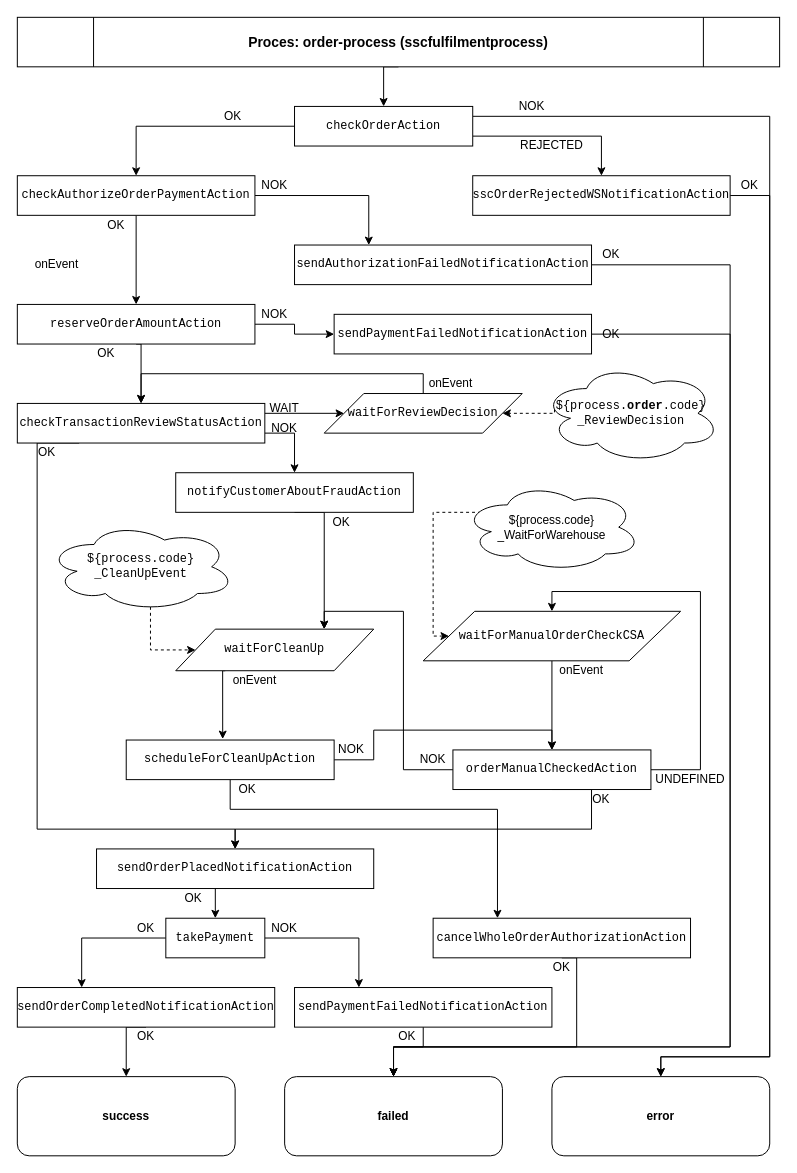
Before: public/AMDS-OrderProcess.drawio in salutuj-gabriel/docs, a draw.io diagram. Source tidied: cells renumbered, new cells numbered last; positions are measured from the earlier drawing's top-left corner, leaving out a move shared by most shapes. Both pictures are drawn from the tidied source at 99%, with x=0, y=0 at pixel (17, 17).
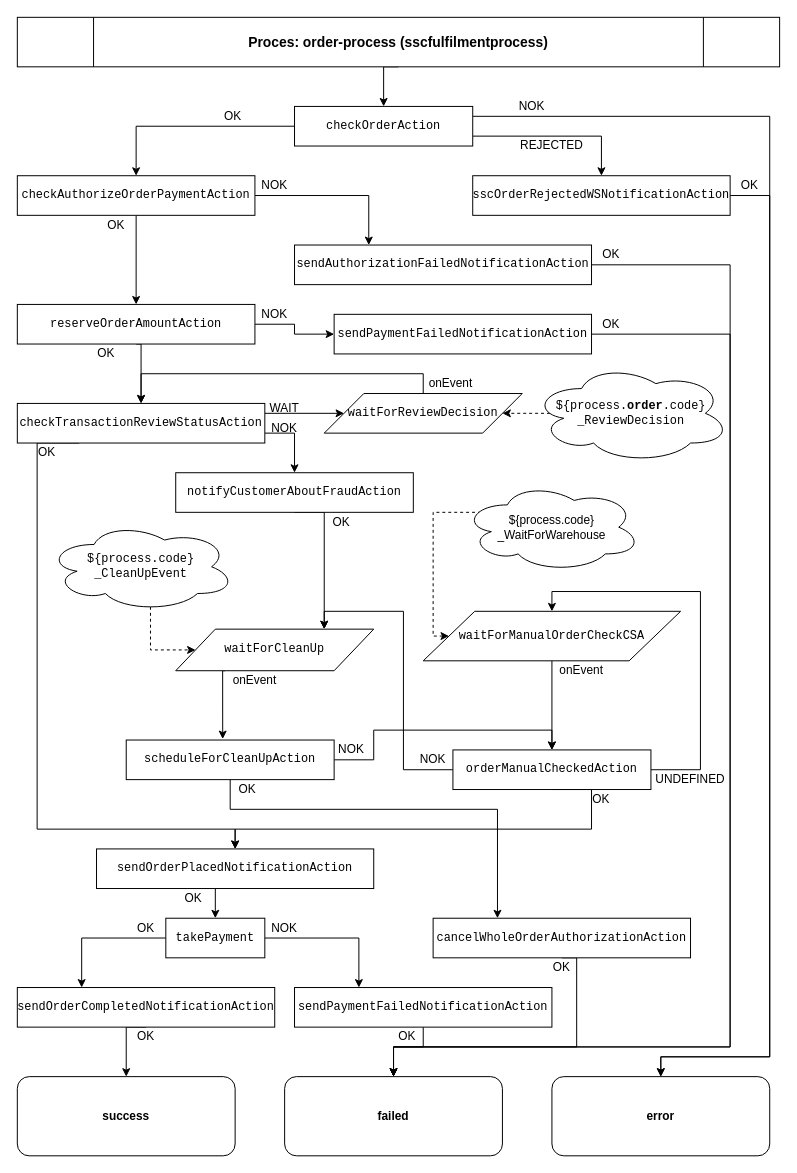
The same page after the edit.

What changed in the source:
```diff
@@
-    <mxCell id="39" value="onEvent" style="text;html=1;strokeColor=none;fillColor=none;align=center;verticalAlign=middle;whiteSpace=wrap;rounded=0;" parent="1" vertex="1">
-      <mxGeometry x="20" y="240" width="40" height="20" as="geometry" />
-    </mxCell>
@@
     <mxCell id="70" value="OK" style="text;html=1;strokeColor=none;fillColor=none;align=center;verticalAlign=middle;whiteSpace=wrap;rounded=0;" parent="1" vertex="1">
-      <mxGeometry x="580" y="310" width="40" height="20" as="geometry" />
+      <mxGeometry x="580" y="300" width="40" height="20" as="geometry" />
     </mxCell>
@@
     <mxCell id="74" value="&lt;pre&gt;${process.&lt;b&gt;order&lt;/b&gt;.code}&lt;br&gt;_ReviewDecision&lt;/pre&gt;" style="ellipse;shape=cloud;whiteSpace=wrap;html=1;fontFamily=Helvetica;" parent="1" vertex="1">
-      <mxGeometry x="530" y="350" width="180" height="100" as="geometry" />
+      <mxGeometry x="520" y="350" width="200" height="100" as="geometry" />
     </mxCell>
```
